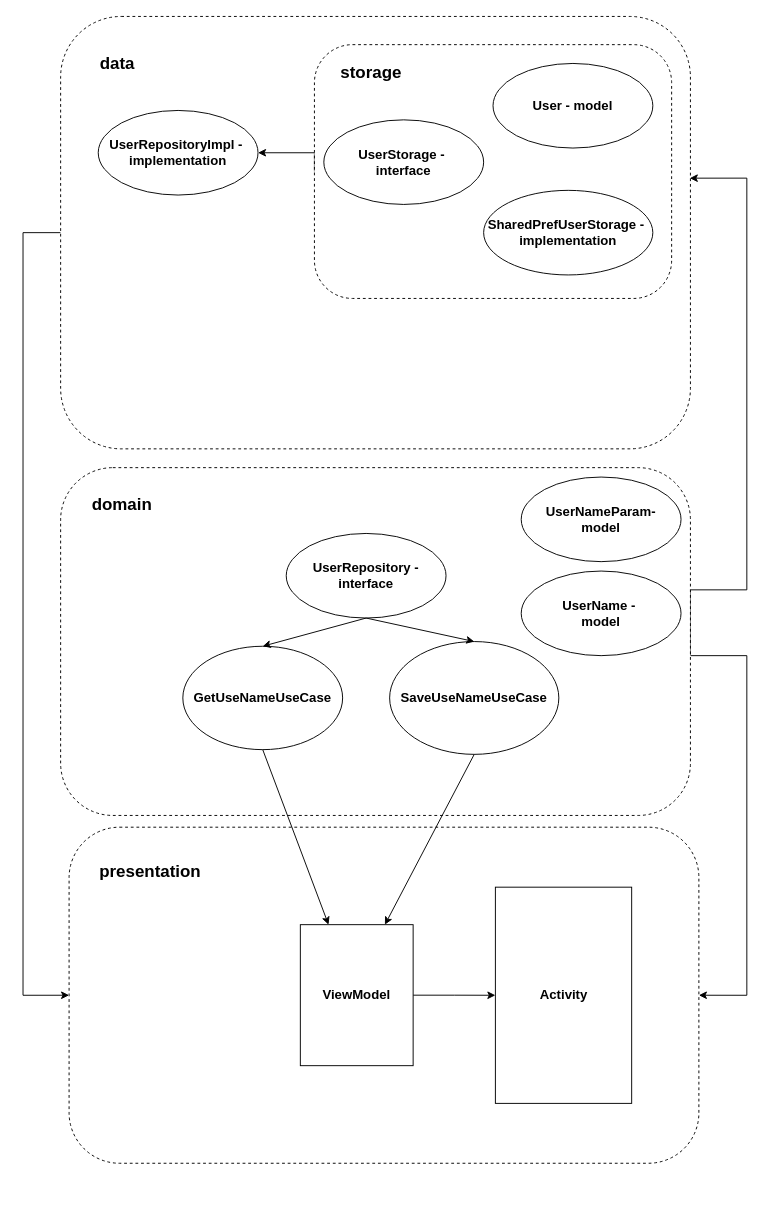
AlexeyYuditsky/AndroidTrainingMaterial keeps this draw.io diagram as clean-architecture/clean architecture.drawio. Above is the earlier version. Source tidied: cells renumbered, new cells numbered last; positions are measured from the earlier drawing's top-left corner, leaving out a move shared by most shapes. Both pictures are drawn from the tidied source at 94%, with x=0, y=0 at pixel (23, 16).
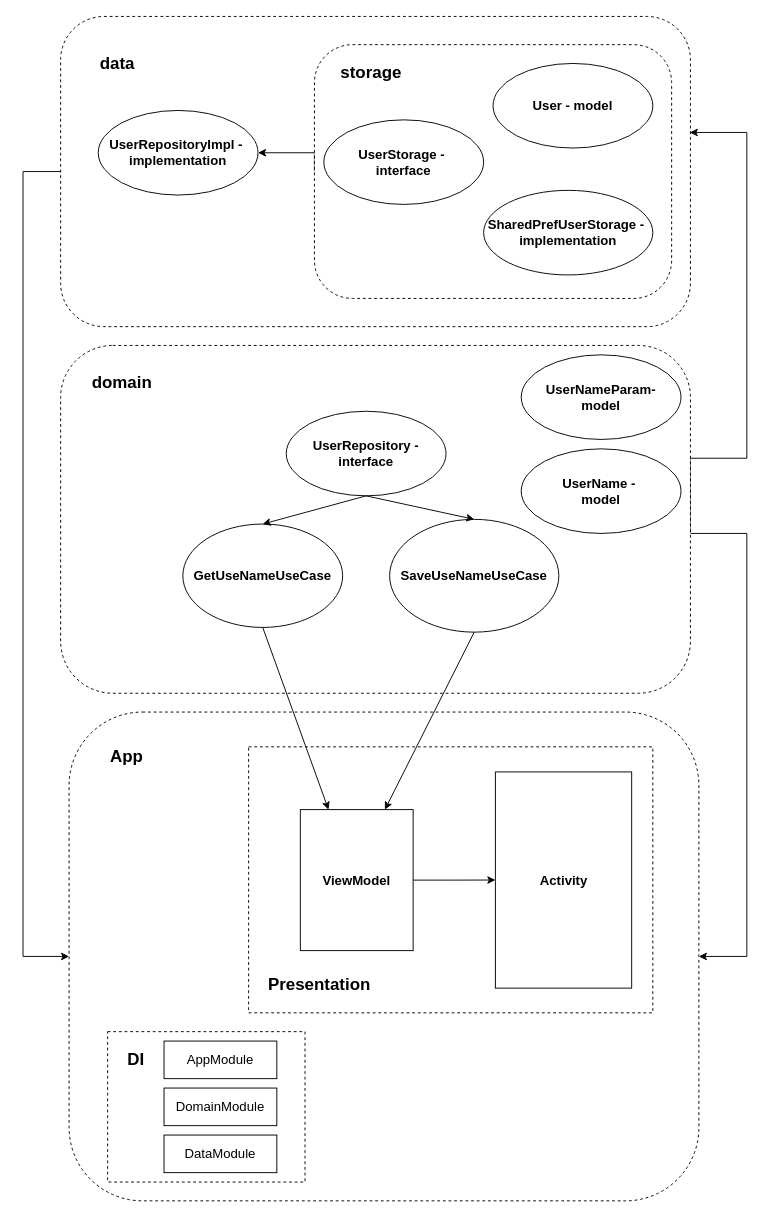
The same diagram, later.

What changed in the source:
```diff
@@
     <mxCell id="2" style="rounded=1;whiteSpace=wrap;html=1;dashed=1;" parent="1" vertex="1">
-      <mxGeometry x="49" y="862.5" width="670" height="357.5" as="geometry" />
+      <mxGeometry x="49" y="740" width="670" height="520" as="geometry" />
     </mxCell>
+    <mxCell id="31" style="rounded=0;whiteSpace=wrap;html=1;fontSize=14;dashed=1;" parent="1" vertex="1">
+      <mxGeometry x="240" y="777" width="430" height="283" as="geometry" />
+    </mxCell>
     <mxCell id="3" style="edgeStyle=orthogonalEdgeStyle;rounded=0;jettySize=auto;html=1;exitX=1;exitY=0.5;exitDx=0;exitDy=0;entryX=0.999;entryY=0.374;entryDx=0;entryDy=0;entryPerimeter=0;" parent="1" edge="1" source="5" target="15">
       <mxGeometry relative="1" as="geometry">
         <Array as="points">
-          <mxPoint x="710" y="610" />
-          <mxPoint x="770" y="610" />
-          <mxPoint x="770" y="172" />
+          <mxPoint x="710" y="470" />
+          <mxPoint x="770" y="470" />
+          <mxPoint x="770" y="123" />
         </Array>
       </mxGeometry>
     </mxCell>
     <mxCell id="4" style="edgeStyle=orthogonalEdgeStyle;rounded=0;jettySize=auto;html=1;exitX=1;exitY=0.5;exitDx=0;exitDy=0;entryX=1;entryY=0.5;entryDx=0;entryDy=0;" parent="1" edge="1" source="5" target="2">
       <mxGeometry relative="1" as="geometry">
         <Array as="points">
-          <mxPoint x="710" y="680" />
-          <mxPoint x="770" y="680" />
-          <mxPoint x="770" y="1041" />
+          <mxPoint x="710" y="550" />
+          <mxPoint x="770" y="550" />
+          <mxPoint x="770" y="1000" />
         </Array>
       </mxGeometry>
     </mxCell>
     <mxCell id="5" style="rounded=1;whiteSpace=wrap;html=1;dashed=1;" parent="1" vertex="1">
-      <mxGeometry x="40" y="480" width="670" height="370" as="geometry" />
+      <mxGeometry x="40" y="350" width="670" height="370" as="geometry" />
     </mxCell>
     <mxCell id="6" value="&lt;b&gt;&lt;font style=&quot;font-size: 14px;&quot;&gt;GetUseNameUseCase&lt;/font&gt;&lt;/b&gt;" style="ellipse;whiteSpace=wrap;html=1;" parent="1" vertex="1">
-      <mxGeometry x="170" y="670" width="170" height="110" as="geometry" />
+      <mxGeometry x="170" y="540" width="170" height="110" as="geometry" />
     </mxCell>
     <mxCell id="7" value="&lt;b&gt;&lt;font style=&quot;font-size: 14px;&quot;&gt;SaveUseNameUseCase&lt;/font&gt;&lt;/b&gt;" style="ellipse;whiteSpace=wrap;html=1;" parent="1" vertex="1">
-      <mxGeometry x="390" y="665" width="180" height="120" as="geometry" />
+      <mxGeometry x="390" y="535" width="180" height="120" as="geometry" />
     </mxCell>
     <mxCell id="8" style="rounded=0;whiteSpace=wrap;html=1;rotation=90;" parent="1" vertex="1">
-      <mxGeometry x="460" y="968.8" width="230" height="145" as="geometry" />
+      <mxGeometry x="460" y="846.2" width="230" height="145" as="geometry" />
     </mxCell>
@@
     <mxCell id="11" value="&lt;b&gt;&lt;font style=&quot;font-size: 18px;&quot;&gt;domain&lt;/font&gt;&lt;/b&gt;" style="text;html=1;align=center;verticalAlign=middle;strokeColor=none;fillColor=none;" parent="1" vertex="1">
-      <mxGeometry x="60" y="500" width="90" height="40" as="geometry" />
+      <mxGeometry x="60" y="370" width="90" height="40" as="geometry" />
     </mxCell>
-    <mxCell id="12" value="&lt;b&gt;&lt;font style=&quot;font-size: 18px;&quot;&gt;presentation&lt;/font&gt;&lt;/b&gt;" style="text;html=1;align=center;verticalAlign=middle;strokeColor=none;fillColor=none;" parent="1" vertex="1">
-      <mxGeometry x="70" y="890" width="130" height="40" as="geometry" />
+    <mxCell id="12" value="&lt;b&gt;&lt;font style=&quot;font-size: 18px;&quot;&gt;App&lt;/font&gt;&lt;/b&gt;" style="text;html=1;align=center;verticalAlign=middle;strokeColor=none;fillColor=none;" parent="1" vertex="1">
+      <mxGeometry x="80" y="767.5" width="60" height="40" as="geometry" />
     </mxCell>
     <mxCell id="13" value="&lt;b&gt;Activity&lt;/b&gt;" style="text;html=1;align=center;verticalAlign=middle;strokeColor=none;fillColor=none;fontSize=14;" parent="1" vertex="1">
-      <mxGeometry x="540" y="1026.2" width="70" height="30" as="geometry" />
+      <mxGeometry x="540" y="903.8" width="70" height="30" as="geometry" />
     </mxCell>
     <mxCell id="14" style="edgeStyle=orthogonalEdgeStyle;rounded=0;jettySize=auto;html=1;exitX=0;exitY=0.5;exitDx=0;exitDy=0;entryX=0;entryY=0.5;entryDx=0;entryDy=0;" parent="1" edge="1" source="15" target="2">
       <mxGeometry relative="1" as="geometry">
         <Array as="points">
-          <mxPoint y="230" />
-          <mxPoint y="1041" />
+          <mxPoint y="165" />
+          <mxPoint y="1000" />
         </Array>
       </mxGeometry>
     </mxCell>
     <mxCell id="15" style="rounded=1;whiteSpace=wrap;html=1;dashed=1;arcSize=14;" parent="1" vertex="1">
-      <mxGeometry x="40" width="670" height="460" as="geometry" />
+      <mxGeometry x="40" width="670" height="330" as="geometry" />
     </mxCell>
@@
     <mxCell id="17" value="&lt;span style=&quot;font-size: 14px;&quot;&gt;&lt;b&gt;UserNameParam- &lt;br&gt;model&lt;/b&gt;&lt;/span&gt;" style="ellipse;whiteSpace=wrap;html=1;" parent="1" vertex="1">
-      <mxGeometry x="530" y="490" width="170" height="90" as="geometry" />
+      <mxGeometry x="530" y="360" width="170" height="90" as="geometry" />
     </mxCell>
     <mxCell id="18" value="&lt;span style=&quot;font-size: 14px;&quot;&gt;&lt;b&gt;UserName -&amp;nbsp;&lt;br&gt;model&lt;br&gt;&lt;/b&gt;&lt;/span&gt;" style="ellipse;whiteSpace=wrap;html=1;" parent="1" vertex="1">
-      <mxGeometry x="530" y="590" width="170" height="90" as="geometry" />
+      <mxGeometry x="530" y="460" width="170" height="90" as="geometry" />
     </mxCell>
     <mxCell id="19" value="&lt;span style=&quot;font-size: 14px;&quot;&gt;&lt;b&gt;UserRepository - interface&lt;/b&gt;&lt;/span&gt;" style="ellipse;whiteSpace=wrap;html=1;" parent="1" vertex="1">
-      <mxGeometry x="280" y="550" width="170" height="90" as="geometry" />
+      <mxGeometry x="280" y="420" width="170" height="90" as="geometry" />
     </mxCell>
@@
     <mxCell id="30" value="&lt;b&gt;&lt;font style=&quot;font-size: 14px;&quot;&gt;ViewModel&lt;/font&gt;&lt;/b&gt;" style="rounded=0;whiteSpace=wrap;html=1;" parent="1" vertex="1">
-      <mxGeometry x="295" y="966.2" width="120" height="150" as="geometry" />
+      <mxGeometry x="295" y="843.8" width="120" height="150" as="geometry" />
     </mxCell>
+    <mxCell id="32" style="rounded=0;whiteSpace=wrap;html=1;fontSize=14;dashed=1;" parent="1" vertex="1">
+      <mxGeometry x="90" y="1080" width="210" height="160" as="geometry" />
+    </mxCell>
+    <mxCell id="33" value="&lt;b&gt;&lt;font style=&quot;font-size: 18px;&quot;&gt;DI&lt;/font&gt;&lt;/b&gt;" style="text;html=1;align=center;verticalAlign=middle;strokeColor=none;fillColor=none;" parent="1" vertex="1">
+      <mxGeometry x="100" y="1090" width="40" height="40" as="geometry" />
+    </mxCell>
+    <mxCell id="34" value="AppModule" style="rounded=0;whiteSpace=wrap;html=1;fontSize=14;" parent="1" vertex="1">
+      <mxGeometry x="150" y="1090" width="120" height="40" as="geometry" />
+    </mxCell>
+    <mxCell id="35" value="DomainModule" style="rounded=0;whiteSpace=wrap;html=1;fontSize=14;" parent="1" vertex="1">
+      <mxGeometry x="150" y="1140" width="120" height="40" as="geometry" />
+    </mxCell>
+    <mxCell id="36" value="DataModule" style="rounded=0;whiteSpace=wrap;html=1;fontSize=14;" parent="1" vertex="1">
+      <mxGeometry x="150" y="1190" width="120" height="40" as="geometry" />
+    </mxCell>
+    <mxCell id="37" value="&lt;b&gt;&lt;font style=&quot;font-size: 18px;&quot;&gt;Presentation&lt;/font&gt;&lt;/b&gt;" style="text;html=1;align=center;verticalAlign=middle;strokeColor=none;fillColor=none;" parent="1" vertex="1">
+      <mxGeometry x="250" y="1010" width="130" height="40" as="geometry" />
+    </mxCell>
```
